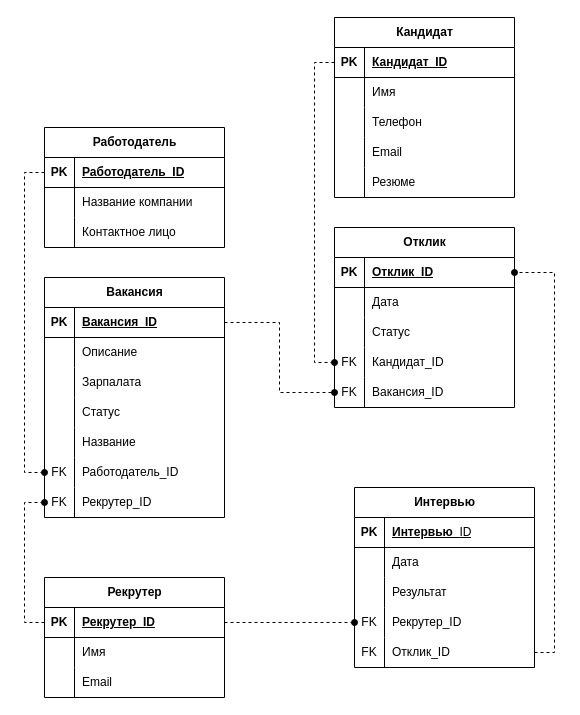
Above: Логическая.drawio in Regdal-cyber/Coursework (draw.io), before the change. Source tidied: cells renumbered, new cells numbered last; positions are measured from the earlier drawing's top-left corner, leaving out a move shared by most shapes. Both pictures are drawn from the tidied source at 100%, with x=0, y=0 at pixel (44, 17).
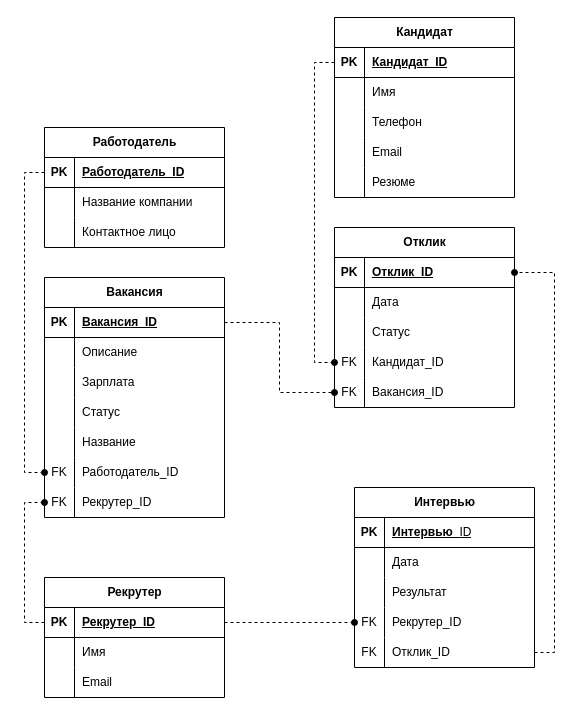
Above is the later version.

Unchanged cells that the change refers to:
```xml
<mxCell id="67" style="shape=tableRow;horizontal=0;startSize=0;swimlaneHead=0;swimlaneBody=0;fillColor=none;top=0;left=0;right=0;bottom=0;" parent="60" vertex="1">
  <mxGeometry y="90" width="180" height="30" as="geometry" />
</mxCell>
```

Change to the diagram source:
```diff
@@
-    <mxCell id="69" value="Зарпалата" style="shape=partialRectangle;fillColor=none;top=0;left=0;bottom=0;right=0;align=left;spacingLeft=6;overflow=hidden;whiteSpace=wrap;html=1;" parent="67" vertex="1">
+    <mxCell id="69" value="Зарплата" style="shape=partialRectangle;fillColor=none;top=0;left=0;bottom=0;right=0;align=left;spacingLeft=6;overflow=hidden;whiteSpace=wrap;html=1;" parent="67" vertex="1">
       <mxGeometry x="30" width="150" height="30" as="geometry" />
     </mxCell>
```
